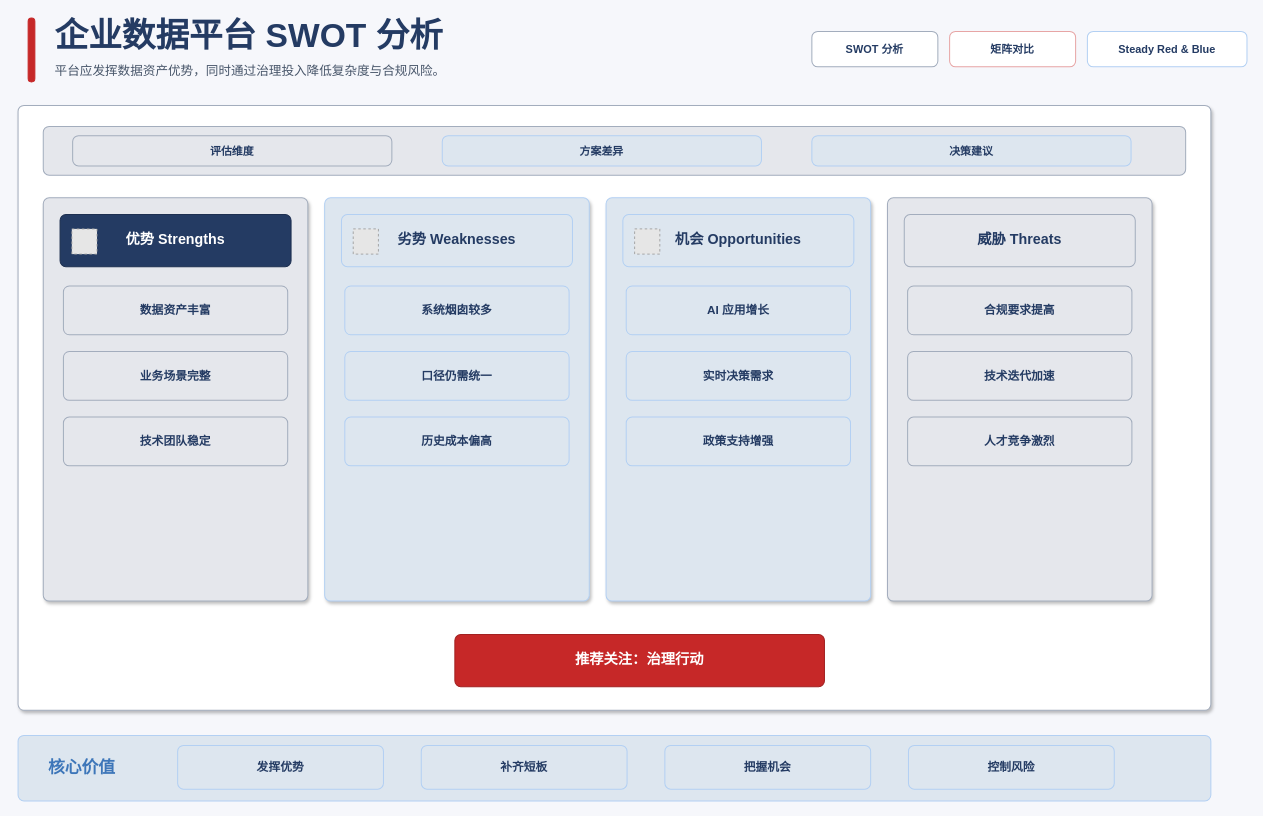
Earlier version of the draw.io diagram docs/xml-diagram/drawio/swot-steady-red-blue-light-enterprise.drawio (BeWaterMyFriend7/SKILL-PROJECT). Source tidied: cells renumbered, new cells numbered last; positions are measured from the earlier drawing's top-left corner, leaving out a move shared by most shapes. Both pictures are drawn from the tidied source at 84%, with x=0, y=0 at pixel (18, 14). Pictures stored in the file or linked from it are replaced by grey dashed boxes.
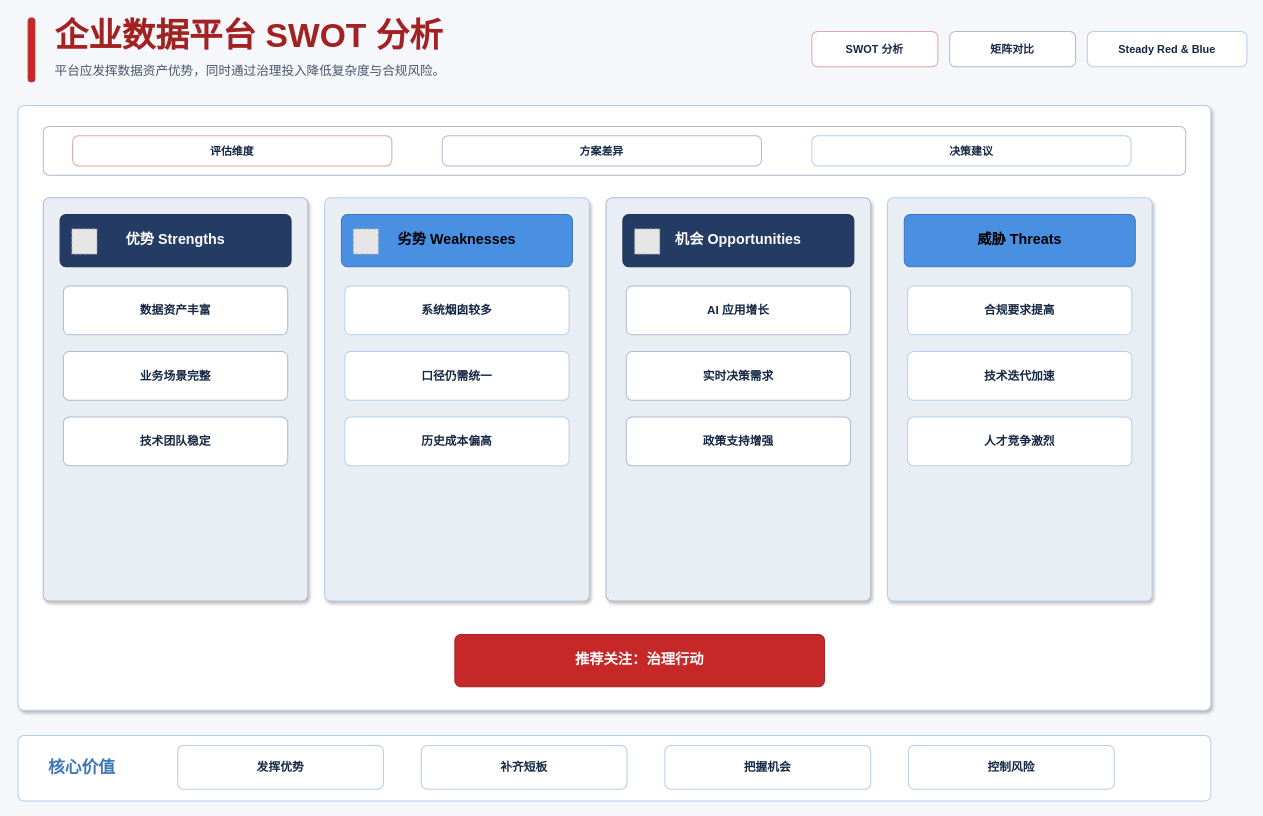
After the change.

What changed in the source:
```diff
@@
-    <mxCell id="3" value="企业数据平台 SWOT 分析" style="rounded=1;absoluteArcSize=1;arcSize=14;whiteSpace=wrap;html=1;fillColor=none;strokeColor=none;strokeWidth=1.2;fontColor=#243B63;fontSize=40;fontFamily=Microsoft YaHei;align=left;verticalAlign=middle;fontStyle=1;" parent="1" vertex="1">
+    <mxCell id="3" value="企业数据平台 SWOT 分析" style="rounded=1;absoluteArcSize=1;arcSize=14;whiteSpace=wrap;html=1;fillColor=none;strokeColor=none;strokeWidth=1.2;fontColor=#A22121;fontSize=40;fontFamily=Microsoft YaHei;align=left;verticalAlign=middle;fontStyle=1;" parent="1" vertex="1">
       <mxGeometry x="42" width="760" height="48" as="geometry" />
     </mxCell>
@@
-    <mxCell id="5" value="SWOT 分析" style="rounded=1;absoluteArcSize=1;arcSize=14;whiteSpace=wrap;html=1;fillColor=#FFFFFF;strokeColor=#A3ADBD;strokeWidth=1.2;fontColor=#243B63;fontSize=13;fontFamily=Microsoft YaHei;align=center;verticalAlign=middle;fontStyle=1;" parent="1" vertex="1">
+    <mxCell id="5" value="SWOT 分析" style="rounded=1;absoluteArcSize=1;arcSize=14;whiteSpace=wrap;html=1;fillColor=#FFFFFF;strokeColor=#E2A4A4;strokeWidth=1.2;fontColor=#142744;fontSize=13;fontFamily=Microsoft YaHei;align=center;verticalAlign=middle;fontStyle=1;" parent="1" vertex="1">
       <mxGeometry x="945" y="20" width="150" height="42" as="geometry" />
     </mxCell>
-    <mxCell id="6" value="矩阵对比" style="rounded=1;absoluteArcSize=1;arcSize=14;whiteSpace=wrap;html=1;fillColor=#FFFFFF;strokeColor=#E7A5A5;strokeWidth=1.2;fontColor=#243B63;fontSize=13;fontFamily=Microsoft YaHei;align=center;verticalAlign=middle;fontStyle=1;" parent="1" vertex="1">
+    <mxCell id="6" value="矩阵对比" style="rounded=1;absoluteArcSize=1;arcSize=14;whiteSpace=wrap;html=1;fillColor=#FFFFFF;strokeColor=#AEBBD0;strokeWidth=1.2;fontColor=#142744;fontSize=13;fontFamily=Microsoft YaHei;align=center;verticalAlign=middle;fontStyle=1;" parent="1" vertex="1">
       <mxGeometry x="1109" y="20" width="150" height="42" as="geometry" />
     </mxCell>
-    <mxCell id="7" value="Steady Red &amp; Blue" style="rounded=1;absoluteArcSize=1;arcSize=14;whiteSpace=wrap;html=1;fillColor=#FFFFFF;strokeColor=#B3D0F3;strokeWidth=1.2;fontColor=#243B63;fontSize=13;fontFamily=Microsoft YaHei;align=center;verticalAlign=middle;fontStyle=1;" parent="1" vertex="1">
+    <mxCell id="7" value="Steady Red &amp; Blue" style="rounded=1;absoluteArcSize=1;arcSize=14;whiteSpace=wrap;html=1;fillColor=#FFFFFF;strokeColor=#B4CFEC;strokeWidth=1.2;fontColor=#142744;fontSize=13;fontFamily=Microsoft YaHei;align=center;verticalAlign=middle;fontStyle=1;" parent="1" vertex="1">
       <mxGeometry x="1273" y="20" width="190" height="42" as="geometry" />
     </mxCell>
-    <mxCell id="8" style="rounded=1;absoluteArcSize=1;arcSize=14;whiteSpace=wrap;html=1;fillColor=#FFFFFF;strokeColor=#A3ADBD;strokeWidth=1.2;fontColor=#243B63;fontSize=15;fontFamily=Microsoft YaHei;align=center;verticalAlign=middle;shadow=1;" parent="1" vertex="1">
+    <mxCell id="8" style="rounded=1;absoluteArcSize=1;arcSize=14;whiteSpace=wrap;html=1;fillColor=#FFFFFF;strokeColor=#B4CFEC;strokeWidth=1.2;fontColor=#142744;fontSize=15;fontFamily=Microsoft YaHei;align=center;verticalAlign=middle;shadow=1;" parent="1" vertex="1">
       <mxGeometry y="108" width="1420" height="720" as="geometry" />
     </mxCell>
-    <mxCell id="9" style="rounded=1;absoluteArcSize=1;arcSize=14;whiteSpace=wrap;html=1;fillColor=#E5E7EC;strokeColor=#A3ADBD;strokeWidth=1.2;fontColor=#243B63;fontSize=15;fontFamily=Microsoft YaHei;align=center;verticalAlign=middle;" parent="1" vertex="1">
+    <mxCell id="9" style="rounded=1;absoluteArcSize=1;arcSize=14;whiteSpace=wrap;html=1;fillColor=#FFFFFF;strokeColor=#AEBBD0;strokeWidth=1.2;fontColor=#142744;fontSize=15;fontFamily=Microsoft YaHei;align=center;verticalAlign=middle;" parent="1" vertex="1">
       <mxGeometry x="30" y="133" width="1360" height="58" as="geometry" />
     </mxCell>
-    <mxCell id="10" value="&lt;b&gt;评估维度&lt;/b&gt;" style="rounded=1;absoluteArcSize=1;arcSize=14;whiteSpace=wrap;html=1;fillColor=#E5E7EC;strokeColor=#A3ADBD;strokeWidth=1.2;fontColor=#243B63;fontSize=13;fontFamily=Microsoft YaHei;align=center;verticalAlign=middle;" parent="1" vertex="1">
+    <mxCell id="10" value="&lt;b&gt;评估维度&lt;/b&gt;" style="rounded=1;absoluteArcSize=1;arcSize=14;whiteSpace=wrap;html=1;fillColor=#FFFFFF;strokeColor=#E2A4A4;strokeWidth=1.2;fontColor=#142744;fontSize=13;fontFamily=Microsoft YaHei;align=center;verticalAlign=middle;" parent="1" vertex="1">
       <mxGeometry x="65" y="144" width="380" height="36" as="geometry" />
     </mxCell>
-    <mxCell id="11" value="&lt;b&gt;方案差异&lt;/b&gt;" style="rounded=1;absoluteArcSize=1;arcSize=14;whiteSpace=wrap;html=1;fillColor=#DDE6EF;strokeColor=#B3D0F3;strokeWidth=1.2;fontColor=#243B63;fontSize=13;fontFamily=Microsoft YaHei;align=center;verticalAlign=middle;" parent="1" vertex="1">
+    <mxCell id="11" value="&lt;b&gt;方案差异&lt;/b&gt;" style="rounded=1;absoluteArcSize=1;arcSize=14;whiteSpace=wrap;html=1;fillColor=#FFFFFF;strokeColor=#AEBBD0;strokeWidth=1.2;fontColor=#142744;fontSize=13;fontFamily=Microsoft YaHei;align=center;verticalAlign=middle;" parent="1" vertex="1">
       <mxGeometry x="505" y="144" width="380" height="36" as="geometry" />
     </mxCell>
-    <mxCell id="12" value="&lt;b&gt;决策建议&lt;/b&gt;" style="rounded=1;absoluteArcSize=1;arcSize=14;whiteSpace=wrap;html=1;fillColor=#DDE6EF;strokeColor=#B3D0F3;strokeWidth=1.2;fontColor=#243B63;fontSize=13;fontFamily=Microsoft YaHei;align=center;verticalAlign=middle;" parent="1" vertex="1">
+    <mxCell id="12" value="&lt;b&gt;决策建议&lt;/b&gt;" style="rounded=1;absoluteArcSize=1;arcSize=14;whiteSpace=wrap;html=1;fillColor=#FFFFFF;strokeColor=#B4CFEC;strokeWidth=1.2;fontColor=#142744;fontSize=13;fontFamily=Microsoft YaHei;align=center;verticalAlign=middle;" parent="1" vertex="1">
       <mxGeometry x="945" y="144" width="380" height="36" as="geometry" />
     </mxCell>
-    <mxCell id="13" style="rounded=1;absoluteArcSize=1;arcSize=14;whiteSpace=wrap;html=1;fillColor=#DDE6EF;strokeColor=#B3D0F3;strokeWidth=1.2;fontColor=#243B63;fontSize=15;fontFamily=Microsoft YaHei;align=center;verticalAlign=middle;" parent="1" vertex="1">
+    <mxCell id="13" style="rounded=1;absoluteArcSize=1;arcSize=14;whiteSpace=wrap;html=1;fillColor=#FFFFFF;strokeColor=#B4CFEC;strokeWidth=1.2;fontColor=#142744;fontSize=15;fontFamily=Microsoft YaHei;align=center;verticalAlign=middle;" parent="1" vertex="1">
       <mxGeometry y="858" width="1420" height="78" as="geometry" />
     </mxCell>
-    <mxCell id="14" value="&lt;b&gt;发挥优势&lt;/b&gt;" style="rounded=1;absoluteArcSize=1;arcSize=14;whiteSpace=wrap;html=1;fillColor=#DDE6EF;strokeColor=#B3D0F3;strokeWidth=1.2;fontColor=#243B63;fontSize=14;fontFamily=Microsoft YaHei;align=center;verticalAlign=middle;" parent="1" vertex="1">
+    <mxCell id="14" value="&lt;b&gt;发挥优势&lt;/b&gt;" style="rounded=1;absoluteArcSize=1;arcSize=14;whiteSpace=wrap;html=1;fillColor=#FFFFFF;strokeColor=#B4CFEC;strokeWidth=1.2;fontColor=#142744;fontSize=14;fontFamily=Microsoft YaHei;align=center;verticalAlign=middle;" parent="1" vertex="1">
       <mxGeometry x="190" y="870" width="245" height="52" as="geometry" />
     </mxCell>
-    <mxCell id="15" value="&lt;b&gt;补齐短板&lt;/b&gt;" style="rounded=1;absoluteArcSize=1;arcSize=14;whiteSpace=wrap;html=1;fillColor=#DDE6EF;strokeColor=#B3D0F3;strokeWidth=1.2;fontColor=#243B63;fontSize=14;fontFamily=Microsoft YaHei;align=center;verticalAlign=middle;" parent="1" vertex="1">
+    <mxCell id="15" value="&lt;b&gt;补齐短板&lt;/b&gt;" style="rounded=1;absoluteArcSize=1;arcSize=14;whiteSpace=wrap;html=1;fillColor=#FFFFFF;strokeColor=#B4CFEC;strokeWidth=1.2;fontColor=#142744;fontSize=14;fontFamily=Microsoft YaHei;align=center;verticalAlign=middle;" parent="1" vertex="1">
       <mxGeometry x="480" y="870" width="245" height="52" as="geometry" />
     </mxCell>
-    <mxCell id="16" value="&lt;b&gt;把握机会&lt;/b&gt;" style="rounded=1;absoluteArcSize=1;arcSize=14;whiteSpace=wrap;html=1;fillColor=#DDE6EF;strokeColor=#B3D0F3;strokeWidth=1.2;fontColor=#243B63;fontSize=14;fontFamily=Microsoft YaHei;align=center;verticalAlign=middle;" parent="1" vertex="1">
+    <mxCell id="16" value="&lt;b&gt;把握机会&lt;/b&gt;" style="rounded=1;absoluteArcSize=1;arcSize=14;whiteSpace=wrap;html=1;fillColor=#FFFFFF;strokeColor=#B4CFEC;strokeWidth=1.2;fontColor=#142744;fontSize=14;fontFamily=Microsoft YaHei;align=center;verticalAlign=middle;" parent="1" vertex="1">
       <mxGeometry x="770" y="870" width="245" height="52" as="geometry" />
     </mxCell>
-    <mxCell id="17" value="&lt;b&gt;控制风险&lt;/b&gt;" style="rounded=1;absoluteArcSize=1;arcSize=14;whiteSpace=wrap;html=1;fillColor=#DDE6EF;strokeColor=#B3D0F3;strokeWidth=1.2;fontColor=#243B63;fontSize=14;fontFamily=Microsoft YaHei;align=center;verticalAlign=middle;" parent="1" vertex="1">
+    <mxCell id="17" value="&lt;b&gt;控制风险&lt;/b&gt;" style="rounded=1;absoluteArcSize=1;arcSize=14;whiteSpace=wrap;html=1;fillColor=#FFFFFF;strokeColor=#B4CFEC;strokeWidth=1.2;fontColor=#142744;fontSize=14;fontFamily=Microsoft YaHei;align=center;verticalAlign=middle;" parent="1" vertex="1">
       <mxGeometry x="1060" y="870" width="245" height="52" as="geometry" />
     </mxCell>
-    <mxCell id="18" style="rounded=1;absoluteArcSize=1;arcSize=14;whiteSpace=wrap;html=1;fillColor=#E5E7EC;strokeColor=#A3ADBD;strokeWidth=1.2;fontColor=#243B63;fontSize=15;fontFamily=Microsoft YaHei;align=center;verticalAlign=middle;shadow=1;" parent="1" vertex="1">
+    <mxCell id="18" style="rounded=1;absoluteArcSize=1;arcSize=14;whiteSpace=wrap;html=1;fillColor=#E9EEF5;strokeColor=#AEBBD0;strokeWidth=1.2;fontColor=#142744;fontSize=15;fontFamily=Microsoft YaHei;align=center;verticalAlign=middle;shadow=1;" parent="1" vertex="1">
       <mxGeometry x="30" y="218" width="315" height="480" as="geometry" />
     </mxCell>
@@
-    <mxCell id="20" value="&lt;b&gt;数据资产丰富&lt;/b&gt;" style="rounded=1;absoluteArcSize=1;arcSize=14;whiteSpace=wrap;html=1;fillColor=#E5E7EC;strokeColor=#A3ADBD;strokeWidth=1.2;fontColor=#243B63;fontSize=14;fontFamily=Microsoft YaHei;align=center;verticalAlign=middle;" parent="1" vertex="1">
+    <mxCell id="20" value="&lt;b&gt;数据资产丰富&lt;/b&gt;" style="rounded=1;absoluteArcSize=1;arcSize=14;whiteSpace=wrap;html=1;fillColor=#FFFFFF;strokeColor=#AEBBD0;strokeWidth=1.2;fontColor=#142744;fontSize=14;fontFamily=Microsoft YaHei;align=center;verticalAlign=middle;" parent="1" vertex="1">
       <mxGeometry x="54" y="323" width="267" height="58" as="geometry" />
     </mxCell>
-    <mxCell id="21" value="&lt;b&gt;业务场景完整&lt;/b&gt;" style="rounded=1;absoluteArcSize=1;arcSize=14;whiteSpace=wrap;html=1;fillColor=#E5E7EC;strokeColor=#A3ADBD;strokeWidth=1.2;fontColor=#243B63;fontSize=14;fontFamily=Microsoft YaHei;align=center;verticalAlign=middle;" parent="1" vertex="1">
+    <mxCell id="21" value="&lt;b&gt;业务场景完整&lt;/b&gt;" style="rounded=1;absoluteArcSize=1;arcSize=14;whiteSpace=wrap;html=1;fillColor=#FFFFFF;strokeColor=#AEBBD0;strokeWidth=1.2;fontColor=#142744;fontSize=14;fontFamily=Microsoft YaHei;align=center;verticalAlign=middle;" parent="1" vertex="1">
       <mxGeometry x="54" y="401" width="267" height="58" as="geometry" />
     </mxCell>
-    <mxCell id="22" value="&lt;b&gt;技术团队稳定&lt;/b&gt;" style="rounded=1;absoluteArcSize=1;arcSize=14;whiteSpace=wrap;html=1;fillColor=#E5E7EC;strokeColor=#A3ADBD;strokeWidth=1.2;fontColor=#243B63;fontSize=14;fontFamily=Microsoft YaHei;align=center;verticalAlign=middle;" parent="1" vertex="1">
+    <mxCell id="22" value="&lt;b&gt;技术团队稳定&lt;/b&gt;" style="rounded=1;absoluteArcSize=1;arcSize=14;whiteSpace=wrap;html=1;fillColor=#FFFFFF;strokeColor=#AEBBD0;strokeWidth=1.2;fontColor=#142744;fontSize=14;fontFamily=Microsoft YaHei;align=center;verticalAlign=middle;" parent="1" vertex="1">
       <mxGeometry x="54" y="479" width="267" height="58" as="geometry" />
     </mxCell>
-    <mxCell id="23" style="rounded=1;absoluteArcSize=1;arcSize=14;whiteSpace=wrap;html=1;fillColor=#DDE6EF;strokeColor=#B3D0F3;strokeWidth=1.2;fontColor=#243B63;fontSize=15;fontFamily=Microsoft YaHei;align=center;verticalAlign=middle;shadow=1;" parent="1" vertex="1">
+    <mxCell id="23" style="rounded=1;absoluteArcSize=1;arcSize=14;whiteSpace=wrap;html=1;fillColor=#E9EEF5;strokeColor=#B4CFEC;strokeWidth=1.2;fontColor=#142744;fontSize=15;fontFamily=Microsoft YaHei;align=center;verticalAlign=middle;shadow=1;" parent="1" vertex="1">
       <mxGeometry x="365" y="218" width="315" height="480" as="geometry" />
     </mxCell>
-    <mxCell id="24" value="&lt;b&gt;劣势 Weaknesses&lt;/b&gt;" style="rounded=1;absoluteArcSize=1;arcSize=14;whiteSpace=wrap;html=1;fillColor=#DDE6EF;strokeColor=#B3D0F3;strokeWidth=1.2;fontColor=#243B63;fontSize=17;fontFamily=Microsoft YaHei;align=center;verticalAlign=middle;" parent="1" vertex="1">
+    <mxCell id="24" value="&lt;b&gt;劣势 Weaknesses&lt;/b&gt;" style="rounded=1;absoluteArcSize=1;arcSize=14;whiteSpace=wrap;html=1;fillColor=#4A90E2;strokeColor=#3D76B9;strokeWidth=1.2;fontColor=#000000;fontSize=17;fontFamily=Microsoft YaHei;align=center;verticalAlign=middle;" parent="1" vertex="1">
       <mxGeometry x="385" y="238" width="275" height="62" as="geometry" />
     </mxCell>
-    <mxCell id="25" value="&lt;b&gt;系统烟囱较多&lt;/b&gt;" style="rounded=1;absoluteArcSize=1;arcSize=14;whiteSpace=wrap;html=1;fillColor=#DDE6EF;strokeColor=#B3D0F3;strokeWidth=1.2;fontColor=#243B63;fontSize=14;fontFamily=Microsoft YaHei;align=center;verticalAlign=middle;" parent="1" vertex="1">
+    <mxCell id="25" value="&lt;b&gt;系统烟囱较多&lt;/b&gt;" style="rounded=1;absoluteArcSize=1;arcSize=14;whiteSpace=wrap;html=1;fillColor=#FFFFFF;strokeColor=#B4CFEC;strokeWidth=1.2;fontColor=#142744;fontSize=14;fontFamily=Microsoft YaHei;align=center;verticalAlign=middle;" parent="1" vertex="1">
       <mxGeometry x="389" y="323" width="267" height="58" as="geometry" />
     </mxCell>
-    <mxCell id="26" value="&lt;b&gt;口径仍需统一&lt;/b&gt;" style="rounded=1;absoluteArcSize=1;arcSize=14;whiteSpace=wrap;html=1;fillColor=#DDE6EF;strokeColor=#B3D0F3;strokeWidth=1.2;fontColor=#243B63;fontSize=14;fontFamily=Microsoft YaHei;align=center;verticalAlign=middle;" parent="1" vertex="1">
+    <mxCell id="26" value="&lt;b&gt;口径仍需统一&lt;/b&gt;" style="rounded=1;absoluteArcSize=1;arcSize=14;whiteSpace=wrap;html=1;fillColor=#FFFFFF;strokeColor=#B4CFEC;strokeWidth=1.2;fontColor=#142744;fontSize=14;fontFamily=Microsoft YaHei;align=center;verticalAlign=middle;" parent="1" vertex="1">
       <mxGeometry x="389" y="401" width="267" height="58" as="geometry" />
     </mxCell>
-    <mxCell id="27" value="&lt;b&gt;历史成本偏高&lt;/b&gt;" style="rounded=1;absoluteArcSize=1;arcSize=14;whiteSpace=wrap;html=1;fillColor=#DDE6EF;strokeColor=#B3D0F3;strokeWidth=1.2;fontColor=#243B63;fontSize=14;fontFamily=Microsoft YaHei;align=center;verticalAlign=middle;" parent="1" vertex="1">
+    <mxCell id="27" value="&lt;b&gt;历史成本偏高&lt;/b&gt;" style="rounded=1;absoluteArcSize=1;arcSize=14;whiteSpace=wrap;html=1;fillColor=#FFFFFF;strokeColor=#B4CFEC;strokeWidth=1.2;fontColor=#142744;fontSize=14;fontFamily=Microsoft YaHei;align=center;verticalAlign=middle;" parent="1" vertex="1">
       <mxGeometry x="389" y="479" width="267" height="58" as="geometry" />
     </mxCell>
-    <mxCell id="28" style="rounded=1;absoluteArcSize=1;arcSize=14;whiteSpace=wrap;html=1;fillColor=#DDE6EF;strokeColor=#B3D0F3;strokeWidth=1.2;fontColor=#243B63;fontSize=15;fontFamily=Microsoft YaHei;align=center;verticalAlign=middle;shadow=1;" parent="1" vertex="1">
+    <mxCell id="28" style="rounded=1;absoluteArcSize=1;arcSize=14;whiteSpace=wrap;html=1;fillColor=#E9EEF5;strokeColor=#AEBBD0;strokeWidth=1.2;fontColor=#142744;fontSize=15;fontFamily=Microsoft YaHei;align=center;verticalAlign=middle;shadow=1;" parent="1" vertex="1">
       <mxGeometry x="700" y="218" width="315" height="480" as="geometry" />
     </mxCell>
-    <mxCell id="29" value="&lt;b&gt;机会 Opportunities&lt;/b&gt;" style="rounded=1;absoluteArcSize=1;arcSize=14;whiteSpace=wrap;html=1;fillColor=#DDE6EF;strokeColor=#B3D0F3;strokeWidth=1.2;fontColor=#243B63;fontSize=17;fontFamily=Microsoft YaHei;align=center;verticalAlign=middle;" parent="1" vertex="1">
+    <mxCell id="29" value="&lt;b&gt;机会 Opportunities&lt;/b&gt;" style="rounded=1;absoluteArcSize=1;arcSize=14;whiteSpace=wrap;html=1;fillColor=#243B63;strokeColor=#1E3051;strokeWidth=1.2;fontColor=#FFFFFF;fontSize=17;fontFamily=Microsoft YaHei;align=center;verticalAlign=middle;" parent="1" vertex="1">
       <mxGeometry x="720" y="238" width="275" height="62" as="geometry" />
     </mxCell>
-    <mxCell id="30" value="&lt;b&gt;AI 应用增长&lt;/b&gt;" style="rounded=1;absoluteArcSize=1;arcSize=14;whiteSpace=wrap;html=1;fillColor=#DDE6EF;strokeColor=#B3D0F3;strokeWidth=1.2;fontColor=#243B63;fontSize=14;fontFamily=Microsoft YaHei;align=center;verticalAlign=middle;" parent="1" vertex="1">
+    <mxCell id="30" value="&lt;b&gt;AI 应用增长&lt;/b&gt;" style="rounded=1;absoluteArcSize=1;arcSize=14;whiteSpace=wrap;html=1;fillColor=#FFFFFF;strokeColor=#AEBBD0;strokeWidth=1.2;fontColor=#142744;fontSize=14;fontFamily=Microsoft YaHei;align=center;verticalAlign=middle;" parent="1" vertex="1">
       <mxGeometry x="724" y="323" width="267" height="58" as="geometry" />
     </mxCell>
-    <mxCell id="31" value="&lt;b&gt;实时决策需求&lt;/b&gt;" style="rounded=1;absoluteArcSize=1;arcSize=14;whiteSpace=wrap;html=1;fillColor=#DDE6EF;strokeColor=#B3D0F3;strokeWidth=1.2;fontColor=#243B63;fontSize=14;fontFamily=Microsoft YaHei;align=center;verticalAlign=middle;" parent="1" vertex="1">
+    <mxCell id="31" value="&lt;b&gt;实时决策需求&lt;/b&gt;" style="rounded=1;absoluteArcSize=1;arcSize=14;whiteSpace=wrap;html=1;fillColor=#FFFFFF;strokeColor=#AEBBD0;strokeWidth=1.2;fontColor=#142744;fontSize=14;fontFamily=Microsoft YaHei;align=center;verticalAlign=middle;" parent="1" vertex="1">
       <mxGeometry x="724" y="401" width="267" height="58" as="geometry" />
     </mxCell>
-    <mxCell id="32" value="&lt;b&gt;政策支持增强&lt;/b&gt;" style="rounded=1;absoluteArcSize=1;arcSize=14;whiteSpace=wrap;html=1;fillColor=#DDE6EF;strokeColor=#B3D0F3;strokeWidth=1.2;fontColor=#243B63;fontSize=14;fontFamily=Microsoft YaHei;align=center;verticalAlign=middle;" parent="1" vertex="1">
+    <mxCell id="32" value="&lt;b&gt;政策支持增强&lt;/b&gt;" style="rounded=1;absoluteArcSize=1;arcSize=14;whiteSpace=wrap;html=1;fillColor=#FFFFFF;strokeColor=#AEBBD0;strokeWidth=1.2;fontColor=#142744;fontSize=14;fontFamily=Microsoft YaHei;align=center;verticalAlign=middle;" parent="1" vertex="1">
       <mxGeometry x="724" y="479" width="267" height="58" as="geometry" />
     </mxCell>
-    <mxCell id="33" style="rounded=1;absoluteArcSize=1;arcSize=14;whiteSpace=wrap;html=1;fillColor=#E5E7EC;strokeColor=#A3ADBD;strokeWidth=1.2;fontColor=#243B63;fontSize=15;fontFamily=Microsoft YaHei;align=center;verticalAlign=middle;shadow=1;" parent="1" vertex="1">
+    <mxCell id="33" style="rounded=1;absoluteArcSize=1;arcSize=14;whiteSpace=wrap;html=1;fillColor=#E9EEF5;strokeColor=#B4CFEC;strokeWidth=1.2;fontColor=#142744;fontSize=15;fontFamily=Microsoft YaHei;align=center;verticalAlign=middle;shadow=1;" parent="1" vertex="1">
       <mxGeometry x="1035" y="218" width="315" height="480" as="geometry" />
     </mxCell>
-    <mxCell id="34" value="&lt;b&gt;威胁 Threats&lt;/b&gt;" style="rounded=1;absoluteArcSize=1;arcSize=14;whiteSpace=wrap;html=1;fillColor=#E5E7EC;strokeColor=#A3ADBD;strokeWidth=1.2;fontColor=#243B63;fontSize=17;fontFamily=Microsoft YaHei;align=center;verticalAlign=middle;" parent="1" vertex="1">
+    <mxCell id="34" value="&lt;b&gt;威胁 Threats&lt;/b&gt;" style="rounded=1;absoluteArcSize=1;arcSize=14;whiteSpace=wrap;html=1;fillColor=#4A90E2;strokeColor=#3D76B9;strokeWidth=1.2;fontColor=#000000;fontSize=17;fontFamily=Microsoft YaHei;align=center;verticalAlign=middle;" parent="1" vertex="1">
       <mxGeometry x="1055" y="238" width="275" height="62" as="geometry" />
     </mxCell>
-    <mxCell id="35" value="&lt;b&gt;合规要求提高&lt;/b&gt;" style="rounded=1;absoluteArcSize=1;arcSize=14;whiteSpace=wrap;html=1;fillColor=#E5E7EC;strokeColor=#A3ADBD;strokeWidth=1.2;fontColor=#243B63;fontSize=14;fontFamily=Microsoft YaHei;align=center;verticalAlign=middle;" parent="1" vertex="1">
+    <mxCell id="35" value="&lt;b&gt;合规要求提高&lt;/b&gt;" style="rounded=1;absoluteArcSize=1;arcSize=14;whiteSpace=wrap;html=1;fillColor=#FFFFFF;strokeColor=#B4CFEC;strokeWidth=1.2;fontColor=#142744;fontSize=14;fontFamily=Microsoft YaHei;align=center;verticalAlign=middle;" parent="1" vertex="1">
       <mxGeometry x="1059" y="323" width="267" height="58" as="geometry" />
     </mxCell>
-    <mxCell id="36" value="&lt;b&gt;技术迭代加速&lt;/b&gt;" style="rounded=1;absoluteArcSize=1;arcSize=14;whiteSpace=wrap;html=1;fillColor=#E5E7EC;strokeColor=#A3ADBD;strokeWidth=1.2;fontColor=#243B63;fontSize=14;fontFamily=Microsoft YaHei;align=center;verticalAlign=middle;" parent="1" vertex="1">
+    <mxCell id="36" value="&lt;b&gt;技术迭代加速&lt;/b&gt;" style="rounded=1;absoluteArcSize=1;arcSize=14;whiteSpace=wrap;html=1;fillColor=#FFFFFF;strokeColor=#B4CFEC;strokeWidth=1.2;fontColor=#142744;fontSize=14;fontFamily=Microsoft YaHei;align=center;verticalAlign=middle;" parent="1" vertex="1">
       <mxGeometry x="1059" y="401" width="267" height="58" as="geometry" />
     </mxCell>
-    <mxCell id="37" value="&lt;b&gt;人才竞争激烈&lt;/b&gt;" style="rounded=1;absoluteArcSize=1;arcSize=14;whiteSpace=wrap;html=1;fillColor=#E5E7EC;strokeColor=#A3ADBD;strokeWidth=1.2;fontColor=#243B63;fontSize=14;fontFamily=Microsoft YaHei;align=center;verticalAlign=middle;" parent="1" vertex="1">
+    <mxCell id="37" value="&lt;b&gt;人才竞争激烈&lt;/b&gt;" style="rounded=1;absoluteArcSize=1;arcSize=14;whiteSpace=wrap;html=1;fillColor=#FFFFFF;strokeColor=#B4CFEC;strokeWidth=1.2;fontColor=#142744;fontSize=14;fontFamily=Microsoft YaHei;align=center;verticalAlign=middle;" parent="1" vertex="1">
       <mxGeometry x="1059" y="479" width="267" height="58" as="geometry" />
     </mxCell>
```
